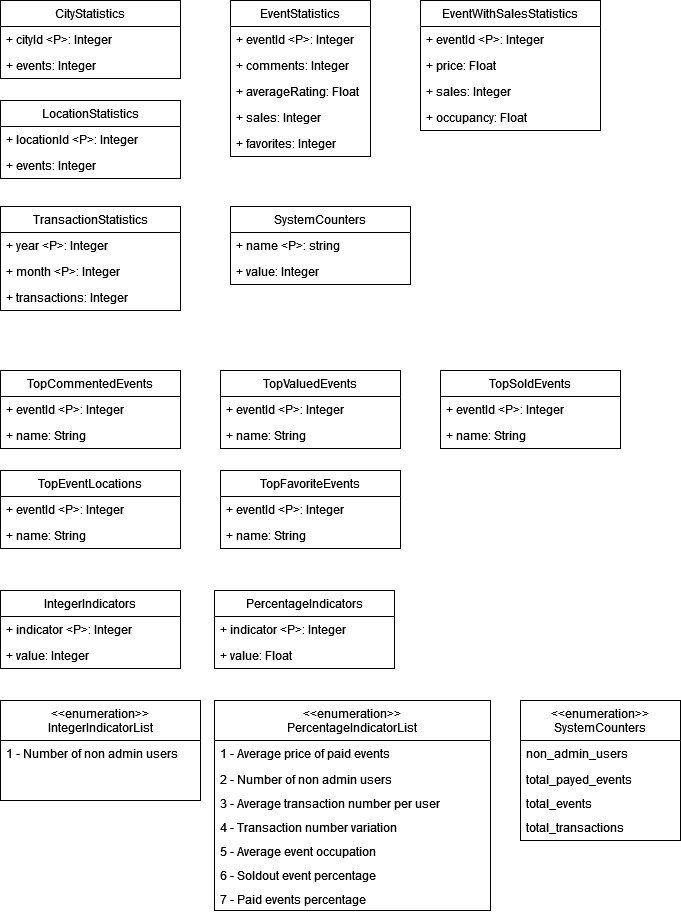
Earlier version of the draw.io export diagrams/conceptual-diagram-statistics.drawio.png (danielpilot/event-database). Source tidied: cells renumbered, new cells last; positions are measured from the earlier drawing's top-left corner, leaving out a move shared by most shapes.
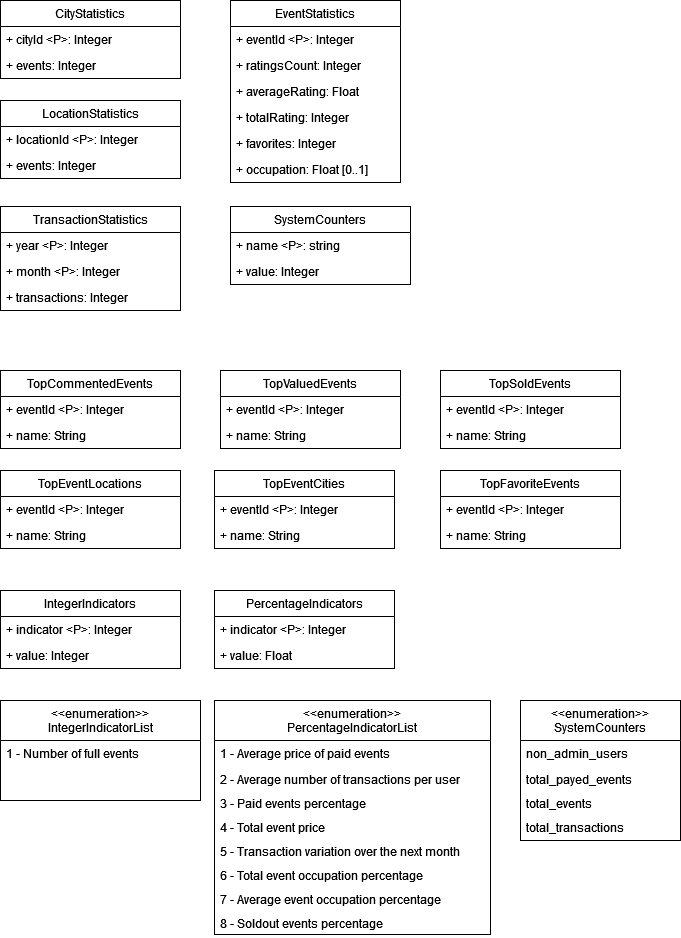
After the commit.

Commit message:
Update conceptual diagram for statistics image

The edit, as a diff of the source:
```diff
@@ -3,38 +3,26 @@
     <mxCell id="0" />
     <mxCell id="1" parent="0" />
     <mxCell id="2" value="EventStatistics" style="swimlane;fontStyle=0;horizontal=1;startSize=26;fillColor=none;whiteSpace=wrap;html=1;" parent="1" vertex="1">
-      <mxGeometry x="230" width="140" height="156" as="geometry" />
+      <mxGeometry x="230" width="170" height="182" as="geometry" />
     </mxCell>
     <mxCell id="3" value="+ eventId &amp;lt;P&amp;gt;: Integer" style="text;strokeColor=none;fillColor=none;align=left;verticalAlign=top;spacingLeft=4;spacingRight=4;overflow=hidden;whiteSpace=wrap;html=1;" parent="2" vertex="1">
-      <mxGeometry y="26" width="140" height="26" as="geometry" />
+      <mxGeometry y="26" width="170" height="26" as="geometry" />
     </mxCell>
-    <mxCell id="4" value="+ comments: Integer" style="text;strokeColor=none;fillColor=none;align=left;verticalAlign=top;spacingLeft=4;spacingRight=4;overflow=hidden;whiteSpace=wrap;html=1;" parent="2" vertex="1">
-      <mxGeometry y="52" width="140" height="26" as="geometry" />
+    <mxCell id="4" value="+ ratingsCount: Integer" style="text;strokeColor=none;fillColor=none;align=left;verticalAlign=top;spacingLeft=4;spacingRight=4;overflow=hidden;whiteSpace=wrap;html=1;" parent="2" vertex="1">
+      <mxGeometry y="52" width="170" height="26" as="geometry" />
     </mxCell>
     <mxCell id="5" value="+ averageRating: Float" style="text;strokeColor=none;fillColor=none;align=left;verticalAlign=top;spacingLeft=4;spacingRight=4;overflow=hidden;whiteSpace=wrap;html=1;" parent="2" vertex="1">
-      <mxGeometry y="78" width="140" height="26" as="geometry" />
+      <mxGeometry y="78" width="170" height="26" as="geometry" />
     </mxCell>
+    <mxCell id="62" value="+ totalRating: Integer" style="text;strokeColor=none;fillColor=none;align=left;verticalAlign=top;spacingLeft=4;spacingRight=4;overflow=hidden;whiteSpace=wrap;html=1;" parent="2" vertex="1">
+      <mxGeometry y="104" width="170" height="26" as="geometry" />
+    </mxCell>
+    <mxCell id="7" value="+ favorites: Integer" style="text;strokeColor=none;fillColor=none;align=left;verticalAlign=top;spacingLeft=4;spacingRight=4;overflow=hidden;whiteSpace=wrap;html=1;" parent="2" vertex="1">
+      <mxGeometry y="130" width="170" height="26" as="geometry" />
+    </mxCell>
-    <mxCell id="6" value="+ sales: Integer" style="text;strokeColor=none;fillColor=none;align=left;verticalAlign=top;spacingLeft=4;spacingRight=4;overflow=hidden;whiteSpace=wrap;html=1;" parent="2" vertex="1">
-      <mxGeometry y="104" width="140" height="26" as="geometry" />
+    <mxCell id="6" value="+ occupation: Float [0..1]" style="text;strokeColor=none;fillColor=none;align=left;verticalAlign=top;spacingLeft=4;spacingRight=4;overflow=hidden;whiteSpace=wrap;html=1;" parent="2" vertex="1">
+      <mxGeometry y="156" width="170" height="26" as="geometry" />
     </mxCell>
-    <mxCell id="7" value="+ favorites: Integer" style="text;strokeColor=none;fillColor=none;align=left;verticalAlign=top;spacingLeft=4;spacingRight=4;overflow=hidden;whiteSpace=wrap;html=1;" parent="2" vertex="1">
-      <mxGeometry y="130" width="140" height="26" as="geometry" />
-    </mxCell>
-    <mxCell id="8" value="EventWithSalesStatistics" style="swimlane;fontStyle=0;horizontal=1;startSize=26;fillColor=none;whiteSpace=wrap;html=1;" parent="1" vertex="1">
-      <mxGeometry x="420" width="180" height="130" as="geometry" />
-    </mxCell>
-    <mxCell id="9" value="+ eventId &amp;lt;P&amp;gt;: Integer" style="text;strokeColor=none;fillColor=none;align=left;verticalAlign=top;spacingLeft=4;spacingRight=4;overflow=hidden;whiteSpace=wrap;html=1;" parent="8" vertex="1">
-      <mxGeometry y="26" width="180" height="26" as="geometry" />
-    </mxCell>
-    <mxCell id="10" value="+ price: Float" style="text;strokeColor=none;fillColor=none;align=left;verticalAlign=top;spacingLeft=4;spacingRight=4;overflow=hidden;whiteSpace=wrap;html=1;" parent="8" vertex="1">
-      <mxGeometry y="52" width="180" height="26" as="geometry" />
-    </mxCell>
-    <mxCell id="11" value="+ sales: Integer" style="text;strokeColor=none;fillColor=none;align=left;verticalAlign=top;spacingLeft=4;spacingRight=4;overflow=hidden;whiteSpace=wrap;html=1;" parent="8" vertex="1">
-      <mxGeometry y="78" width="180" height="26" as="geometry" />
-    </mxCell>
-    <mxCell id="12" value="+ occupancy: Float" style="text;strokeColor=none;fillColor=none;align=left;verticalAlign=top;spacingLeft=4;spacingRight=4;overflow=hidden;whiteSpace=wrap;html=1;" parent="8" vertex="1">
-      <mxGeometry y="104" width="180" height="26" as="geometry" />
-    </mxCell>
     <mxCell id="13" value="CityStatistics" style="swimlane;fontStyle=0;horizontal=1;startSize=26;fillColor=none;whiteSpace=wrap;html=1;" parent="1" vertex="1">
       <mxGeometry width="180" height="78" as="geometry" />
     </mxCell>
@@ -111,7 +99,7 @@
       <mxGeometry y="52" width="180" height="26" as="geometry" />
     </mxCell>
     <mxCell id="38" value="TopFavoriteEvents" style="swimlane;fontStyle=0;horizontal=1;startSize=26;fillColor=none;whiteSpace=wrap;html=1;" parent="1" vertex="1">
-      <mxGeometry x="220" y="470" width="180" height="78" as="geometry" />
+      <mxGeometry x="440" y="470" width="180" height="78" as="geometry" />
     </mxCell>
     <mxCell id="39" value="+ eventId  &amp;lt;P&amp;gt;: Integer" style="text;strokeColor=none;fillColor=none;align=left;verticalAlign=top;spacingLeft=4;spacingRight=4;overflow=hidden;whiteSpace=wrap;html=1;" parent="38" vertex="1">
       <mxGeometry y="26" width="180" height="26" as="geometry" />
@@ -140,32 +128,35 @@
     <mxCell id="47" value="&lt;&lt;enumeration&gt;&gt;&#10;IntegerIndicatorList&#10;" style="swimlane;fontStyle=0;align=center;verticalAlign=top;horizontal=1;startSize=40;rounded=0;shadow=0;strokeWidth=1;" parent="1" vertex="1">
       <mxGeometry y="700" width="200" height="100" as="geometry" />
     </mxCell>
-    <mxCell id="48" value="1 - Number of non admin users " style="text;align=left;verticalAlign=top;spacingLeft=4;spacingRight=4;overflow=hidden;rounded=0;shadow=0;html=0;" parent="47" vertex="1">
+    <mxCell id="48" value="1 - Number of full events " style="text;align=left;verticalAlign=top;spacingLeft=4;spacingRight=4;overflow=hidden;rounded=0;shadow=0;html=0;" parent="47" vertex="1">
       <mxGeometry y="40" width="200" height="24" as="geometry" />
     </mxCell>
     <mxCell id="49" value="&lt;&lt;enumeration&gt;&gt;&#10;PercentageIndicatorList&#10;" style="swimlane;fontStyle=0;align=center;verticalAlign=top;horizontal=1;startSize=40;rounded=0;shadow=0;strokeWidth=1;" parent="1" vertex="1">
-      <mxGeometry x="214" y="700" width="276" height="210" as="geometry" />
+      <mxGeometry x="214" y="700" width="276" height="234" as="geometry" />
     </mxCell>
     <mxCell id="50" value="1 - Average price of paid events" style="text;align=left;verticalAlign=top;spacingLeft=4;spacingRight=4;overflow=hidden;" parent="49" vertex="1">
       <mxGeometry y="40" width="276" height="26" as="geometry" />
     </mxCell>
-    <mxCell id="51" value="2 - Number of non admin users " style="text;align=left;verticalAlign=top;spacingLeft=4;spacingRight=4;overflow=hidden;rounded=0;shadow=0;html=0;" parent="49" vertex="1">
+    <mxCell id="51" value="2 - Average number of transactions per user " style="text;align=left;verticalAlign=top;spacingLeft=4;spacingRight=4;overflow=hidden;rounded=0;shadow=0;html=0;" parent="49" vertex="1">
       <mxGeometry y="66" width="276" height="24" as="geometry" />
     </mxCell>
-    <mxCell id="52" value="3 - Average transaction number per user " style="text;align=left;verticalAlign=top;spacingLeft=4;spacingRight=4;overflow=hidden;rounded=0;shadow=0;html=0;" parent="49" vertex="1">
+    <mxCell id="52" value="3 - Paid events percentage " style="text;align=left;verticalAlign=top;spacingLeft=4;spacingRight=4;overflow=hidden;rounded=0;shadow=0;html=0;" parent="49" vertex="1">
       <mxGeometry y="90" width="276" height="24" as="geometry" />
     </mxCell>
-    <mxCell id="53" value="4 - Transaction number variation " style="text;align=left;verticalAlign=top;spacingLeft=4;spacingRight=4;overflow=hidden;rounded=0;shadow=0;html=0;" parent="49" vertex="1">
+    <mxCell id="53" value="4 - Total event price " style="text;align=left;verticalAlign=top;spacingLeft=4;spacingRight=4;overflow=hidden;rounded=0;shadow=0;html=0;" parent="49" vertex="1">
       <mxGeometry y="114" width="276" height="24" as="geometry" />
     </mxCell>
-    <mxCell id="54" value="5 - Average event occupation " style="text;align=left;verticalAlign=top;spacingLeft=4;spacingRight=4;overflow=hidden;rounded=0;shadow=0;html=0;" parent="49" vertex="1">
+    <mxCell id="54" value="5 - Transaction variation over the next month " style="text;align=left;verticalAlign=top;spacingLeft=4;spacingRight=4;overflow=hidden;rounded=0;shadow=0;html=0;" parent="49" vertex="1">
       <mxGeometry y="138" width="276" height="24" as="geometry" />
     </mxCell>
-    <mxCell id="55" value="6 - Soldout event percentage" style="text;align=left;verticalAlign=top;spacingLeft=4;spacingRight=4;overflow=hidden;rounded=0;shadow=0;html=0;" parent="49" vertex="1">
+    <mxCell id="55" value="6 - Total event occupation percentage" style="text;align=left;verticalAlign=top;spacingLeft=4;spacingRight=4;overflow=hidden;rounded=0;shadow=0;html=0;" parent="49" vertex="1">
       <mxGeometry y="162" width="276" height="24" as="geometry" />
     </mxCell>
+    <mxCell id="63" value="7 - Average event occupation percentage" style="text;align=left;verticalAlign=top;spacingLeft=4;spacingRight=4;overflow=hidden;rounded=0;shadow=0;html=0;" parent="49" vertex="1">
+      <mxGeometry y="186" width="276" height="24" as="geometry" />
+    </mxCell>
-    <mxCell id="56" value="7 - Paid events percentage" style="text;align=left;verticalAlign=top;spacingLeft=4;spacingRight=4;overflow=hidden;rounded=0;shadow=0;html=0;" parent="49" vertex="1">
-      <mxGeometry y="186" width="276" height="24" as="geometry" />
+    <mxCell id="56" value="8 - Soldout events percentage" style="text;align=left;verticalAlign=top;spacingLeft=4;spacingRight=4;overflow=hidden;rounded=0;shadow=0;html=0;" parent="49" vertex="1">
+      <mxGeometry y="210" width="276" height="24" as="geometry" />
     </mxCell>
     <mxCell id="57" value="&lt;&lt;enumeration&gt;&gt;&#10;SystemCounters&#10;" style="swimlane;fontStyle=0;align=center;verticalAlign=top;horizontal=1;startSize=40;rounded=0;shadow=0;strokeWidth=1;" parent="1" vertex="1">
       <mxGeometry x="520" y="700" width="160" height="140" as="geometry" />
@@ -182,5 +173,14 @@
     <mxCell id="61" value="total_transactions" style="text;align=left;verticalAlign=top;spacingLeft=4;spacingRight=4;overflow=hidden;rounded=0;shadow=0;html=0;" parent="57" vertex="1">
       <mxGeometry y="114" width="160" height="24" as="geometry" />
     </mxCell>
+    <mxCell id="64" value="TopEventCities" style="swimlane;fontStyle=0;horizontal=1;startSize=26;fillColor=none;whiteSpace=wrap;html=1;" parent="1" vertex="1">
+      <mxGeometry x="214" y="470" width="180" height="78" as="geometry" />
+    </mxCell>
+    <mxCell id="9" value="+ eventId  &amp;lt;P&amp;gt;: Integer" style="text;strokeColor=none;fillColor=none;align=left;verticalAlign=top;spacingLeft=4;spacingRight=4;overflow=hidden;whiteSpace=wrap;html=1;" parent="64" vertex="1">
+      <mxGeometry y="26" width="180" height="26" as="geometry" />
+    </mxCell>
+    <mxCell id="65" value="+ name: String" style="text;strokeColor=none;fillColor=none;align=left;verticalAlign=top;spacingLeft=4;spacingRight=4;overflow=hidden;whiteSpace=wrap;html=1;" parent="64" vertex="1">
+      <mxGeometry y="52" width="180" height="26" as="geometry" />
+    </mxCell>
   </root>
 </mxGraphModel>
```
